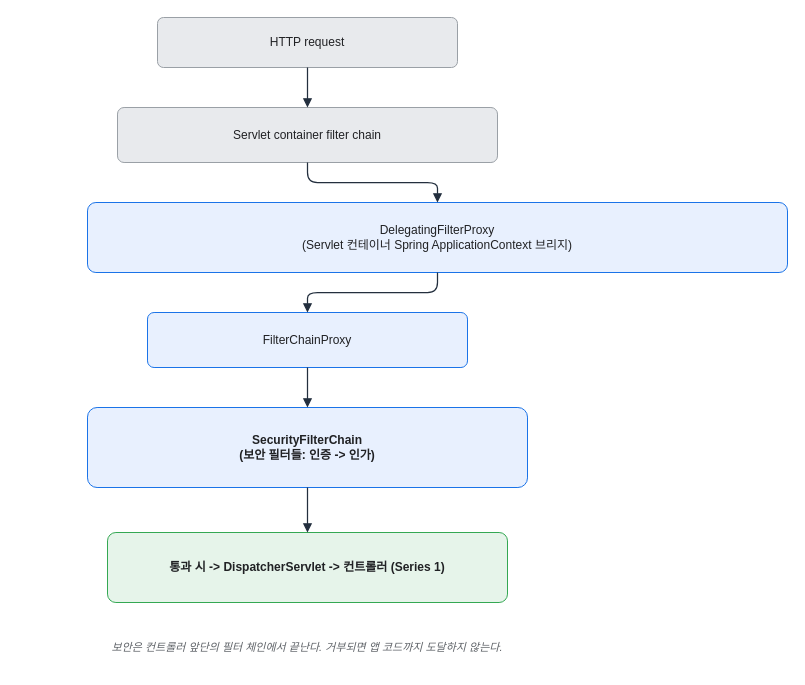
The draw.io diagram assets/img/spring/spring-23-security-filter-chain.drawio in KKamJi98/kkamji98.github.io, before the edit. Source tidied: cells renumbered, new cells numbered last; positions are measured from the earlier drawing's top-left corner, leaving out a move shared by most shapes. Both pictures are drawn from the tidied source at 100%, with x=0, y=0 at pixel (17, 17).
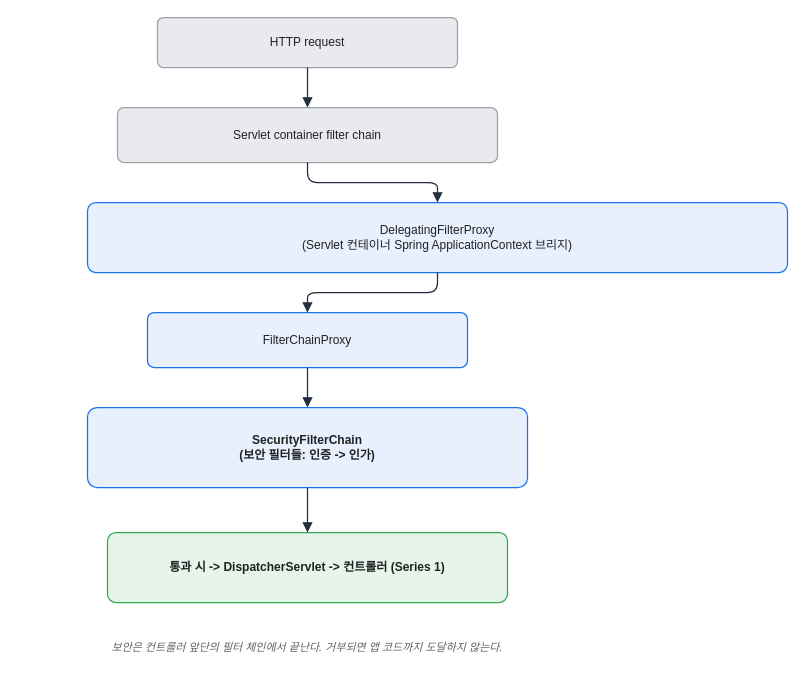
Above is the later version.

The edit, as a diff of the source:
```diff
@@
 <mxGraphModel background="#FFFFFF">
   <root>
     <mxCell id="0" />
     <mxCell id="1" parent="0" />
-    <mxCell id="2" value="HTTP request" style="rounded=1;whiteSpace=wrap;html=0;arcSize=12;shadow=0;fillColor=#E8EAED;strokeColor=#9AA0A6;fontColor=#202124;" parent="1" vertex="1">
+    <mxCell id="2" value="HTTP request" style="rounded=1;whiteSpace=wrap;html=0;arcSize=12;shadow=0;fillColor=#E8EAED;strokeColor=#9AA0A6;fontColor=#202124;strokeWidth=1.25;" parent="1" vertex="1">
       <mxGeometry x="140" width="300" height="50" as="geometry" />
     </mxCell>
-    <mxCell id="3" value="Servlet container filter chain" style="rounded=1;whiteSpace=wrap;html=0;arcSize=12;shadow=0;fillColor=#E8EAED;strokeColor=#9AA0A6;fontColor=#202124;" parent="1" vertex="1">
+    <mxCell id="3" value="Servlet container filter chain" style="rounded=1;whiteSpace=wrap;html=0;arcSize=12;shadow=0;fillColor=#E8EAED;strokeColor=#9AA0A6;fontColor=#202124;strokeWidth=1.25;" parent="1" vertex="1">
       <mxGeometry x="100" y="90" width="380" height="55" as="geometry" />
     </mxCell>
-    <mxCell id="4" value="DelegatingFilterProxy&#10;(Servlet 컨테이너  Spring ApplicationContext 브리지)" style="rounded=1;whiteSpace=wrap;html=0;arcSize=12;shadow=0;fillColor=#E8F0FE;strokeColor=#1A73E8;fontColor=#202124;" parent="1" vertex="1">
+    <mxCell id="4" value="DelegatingFilterProxy&#10;(Servlet 컨테이너  Spring ApplicationContext 브리지)" style="rounded=1;whiteSpace=wrap;html=0;arcSize=12;shadow=0;fillColor=#E8F0FE;strokeColor=#1A73E8;fontColor=#202124;strokeWidth=1.25;" parent="1" vertex="1">
       <mxGeometry x="70" y="185" width="700" height="70" as="geometry" />
     </mxCell>
-    <mxCell id="5" value="FilterChainProxy" style="rounded=1;whiteSpace=wrap;html=0;arcSize=12;shadow=0;fillColor=#E8F0FE;strokeColor=#1A73E8;fontColor=#202124;" parent="1" vertex="1">
+    <mxCell id="5" value="FilterChainProxy" style="rounded=1;whiteSpace=wrap;html=0;arcSize=12;shadow=0;fillColor=#E8F0FE;strokeColor=#1A73E8;fontColor=#202124;strokeWidth=1.25;" parent="1" vertex="1">
       <mxGeometry x="130" y="295" width="320" height="55" as="geometry" />
     </mxCell>
-    <mxCell id="6" value="SecurityFilterChain&#10;(보안 필터들: 인증 -&gt; 인가)" style="rounded=1;whiteSpace=wrap;html=0;arcSize=12;shadow=0;fillColor=#E8F0FE;strokeColor=#1A73E8;fontColor=#202124;fontStyle=1;" parent="1" vertex="1">
+    <mxCell id="6" value="SecurityFilterChain&#10;(보안 필터들: 인증 -&gt; 인가)" style="rounded=1;whiteSpace=wrap;html=0;arcSize=12;shadow=0;fillColor=#E8F0FE;strokeColor=#1A73E8;fontColor=#202124;fontStyle=1;strokeWidth=1.25;" parent="1" vertex="1">
       <mxGeometry x="70" y="390" width="440" height="80" as="geometry" />
     </mxCell>
-    <mxCell id="7" value="통과 시 -&gt; DispatcherServlet -&gt; 컨트롤러 (Series 1)" style="rounded=1;whiteSpace=wrap;html=0;arcSize=12;shadow=0;fillColor=#E6F4EA;strokeColor=#34A853;fontColor=#202124;fontStyle=1;" parent="1" vertex="1">
+    <mxCell id="7" value="통과 시 -&gt; DispatcherServlet -&gt; 컨트롤러 (Series 1)" style="rounded=1;whiteSpace=wrap;html=0;arcSize=12;shadow=0;fillColor=#E6F4EA;strokeColor=#34A853;fontColor=#202124;fontStyle=1;strokeWidth=1.25;" parent="1" vertex="1">
       <mxGeometry x="90" y="515" width="400" height="70" as="geometry" />
     </mxCell>
-    <mxCell id="8" style="edgeStyle=orthogonalEdgeStyle;rounded=1;html=0;endArrow=block;strokeColor=#232F3E;strokeWidth=1.25;" parent="1" edge="1" source="2" target="3">
+    <mxCell id="8" style="edgeStyle=orthogonalEdgeStyle;rounded=1;html=0;endArrow=block;strokeColor=#232F3E;strokeWidth=1.25;endSize=7;fontColor=#202124;" parent="1" edge="1" source="2" target="3">
       <mxGeometry relative="1" as="geometry" />
     </mxCell>
-    <mxCell id="9" style="edgeStyle=orthogonalEdgeStyle;rounded=1;html=0;endArrow=block;strokeColor=#232F3E;strokeWidth=1.25;" parent="1" edge="1" source="3" target="4">
+    <mxCell id="9" style="edgeStyle=orthogonalEdgeStyle;rounded=1;html=0;endArrow=block;strokeColor=#232F3E;strokeWidth=1.25;endSize=7;fontColor=#202124;" parent="1" edge="1" source="3" target="4">
       <mxGeometry relative="1" as="geometry" />
     </mxCell>
-    <mxCell id="10" style="edgeStyle=orthogonalEdgeStyle;rounded=1;html=0;endArrow=block;strokeColor=#232F3E;strokeWidth=1.25;" parent="1" edge="1" source="4" target="5">
+    <mxCell id="10" style="edgeStyle=orthogonalEdgeStyle;rounded=1;html=0;endArrow=block;strokeColor=#232F3E;strokeWidth=1.25;endSize=7;fontColor=#202124;" parent="1" edge="1" source="4" target="5">
       <mxGeometry relative="1" as="geometry" />
     </mxCell>
-    <mxCell id="11" style="edgeStyle=orthogonalEdgeStyle;rounded=1;html=0;endArrow=block;strokeColor=#232F3E;strokeWidth=1.25;" parent="1" edge="1" source="5" target="6">
+    <mxCell id="11" style="edgeStyle=orthogonalEdgeStyle;rounded=1;html=0;endArrow=block;strokeColor=#232F3E;strokeWidth=1.25;endSize=7;fontColor=#202124;" parent="1" edge="1" source="5" target="6">
       <mxGeometry relative="1" as="geometry" />
     </mxCell>
-    <mxCell id="12" style="edgeStyle=orthogonalEdgeStyle;rounded=1;html=0;endArrow=block;strokeColor=#232F3E;strokeWidth=1.25;" parent="1" edge="1" source="6" target="7">
+    <mxCell id="12" style="edgeStyle=orthogonalEdgeStyle;rounded=1;html=0;endArrow=block;strokeColor=#232F3E;strokeWidth=1.25;endSize=7;fontColor=#202124;" parent="1" edge="1" source="6" target="7">
       <mxGeometry relative="1" as="geometry" />
     </mxCell>
     <mxCell id="13" value="보안은 컨트롤러 앞단의 필터 체인에서 끝난다. 거부되면 앱 코드까지 도달하지 않는다." style="text;html=0;align=center;verticalAlign=middle;whiteSpace=wrap;fontSize=11;fontColor=#5F6368;fontStyle=2;" parent="1" vertex="1">
       <mxGeometry y="610" width="580" height="40" as="geometry" />
     </mxCell>
   </root>
 </mxGraphModel>
```
